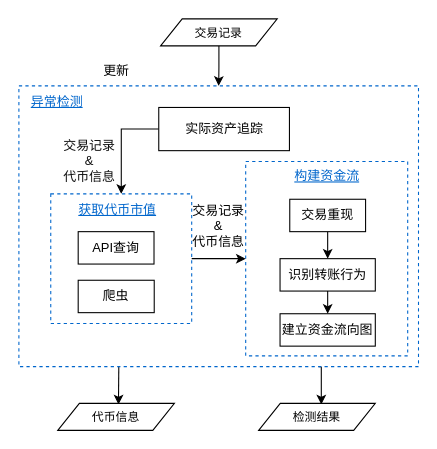
The draw.io diagram page "异常检测模块示意图" (5 of 5) of 模块.drawio in newTechToX/cross_chain, before the edit. Source tidied: cells renumbered, new cells numbered last; positions are measured from the earlier drawing's top-left corner, leaving out a move shared by most shapes. Both pictures are drawn from the tidied source at 108%, with x=0, y=0 at pixel (18, 18).
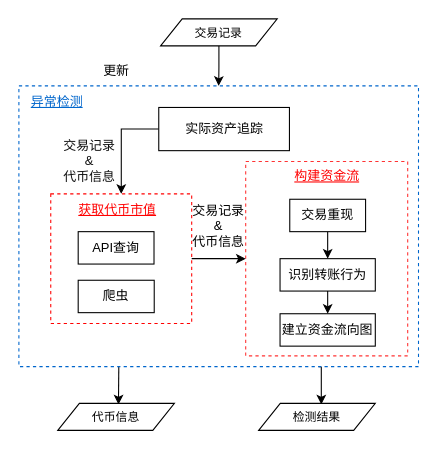
Above is the later version.

Change to the diagram source:
```diff
@@
-    <mxCell id="8" style="whiteSpace=wrap;html=1;rounded=0;dashed=1;strokeColor=#0066CC;" parent="1" vertex="1">
+    <mxCell id="8" style="whiteSpace=wrap;html=1;rounded=0;dashed=1;strokeColor=#FF0000;fontColor=#FF0000;" parent="1" vertex="1">
       <mxGeometry x="29.5" y="162" width="130.5" height="120" as="geometry" />
     </mxCell>
@@
-    <mxCell id="11" value="&lt;u&gt;获取代币市值&lt;/u&gt;" style="text;html=1;align=center;verticalAlign=middle;strokeColor=none;fillColor=none;fontColor=#0066CC;" parent="1" vertex="1">
+    <mxCell id="11" value="&lt;u&gt;获取代币市值&lt;/u&gt;" style="text;html=1;align=center;verticalAlign=middle;strokeColor=none;fillColor=none;fontColor=#FF0000;" parent="1" vertex="1">
       <mxGeometry x="40.8" y="162" width="100" height="30" as="geometry" />
     </mxCell>
-    <mxCell id="12" style="whiteSpace=wrap;html=1;rounded=0;dashed=1;strokeColor=#0066CC;" parent="1" vertex="1">
+    <mxCell id="12" style="whiteSpace=wrap;html=1;rounded=0;dashed=1;strokeColor=#FF3333;fontColor=#FF0000;" parent="1" vertex="1">
       <mxGeometry x="210" y="132" width="150" height="180" as="geometry" />
     </mxCell>
@@
-    <mxCell id="16" value="&lt;u&gt;构建资金流&lt;/u&gt;" style="text;html=1;align=center;verticalAlign=middle;strokeColor=none;fillColor=none;fontColor=#0066CC;" parent="1" vertex="1">
+    <mxCell id="16" value="&lt;u&gt;构建资金流&lt;/u&gt;" style="text;html=1;align=center;verticalAlign=middle;strokeColor=none;fillColor=none;fontColor=#FF0000;" parent="1" vertex="1">
       <mxGeometry x="245" y="131" width="80" height="30" as="geometry" />
     </mxCell>
```
